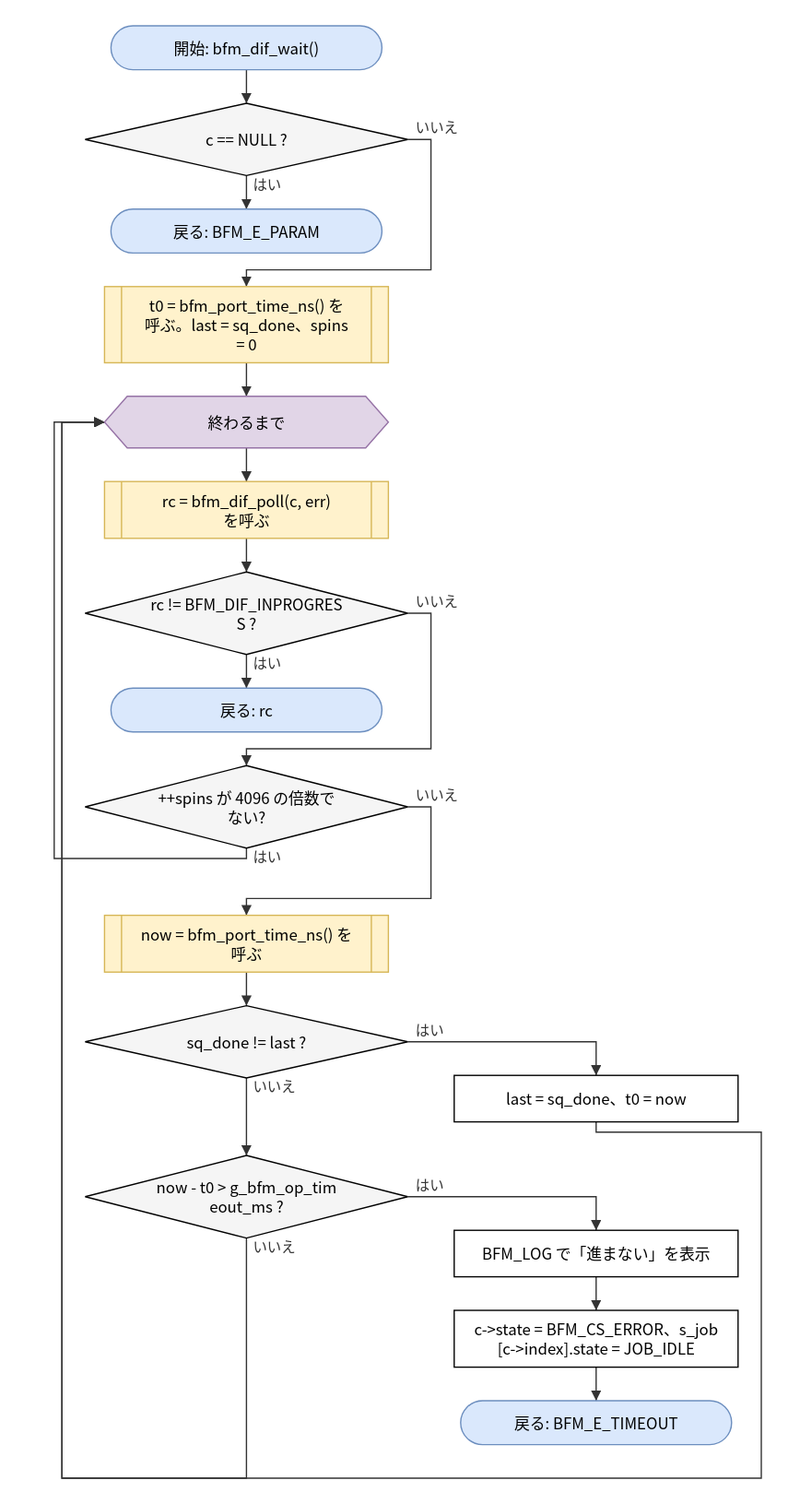
Earlier version of the draw.io export doc/spec/images/flow_src_bfm_dif-bfm_dif_wait.drawio.svg (hf355051012-ai/bfmem). Source tidied: cells renumbered, new cells last; positions are measured from the earlier drawing's top-left corner, leaving out a move shared by most shapes.
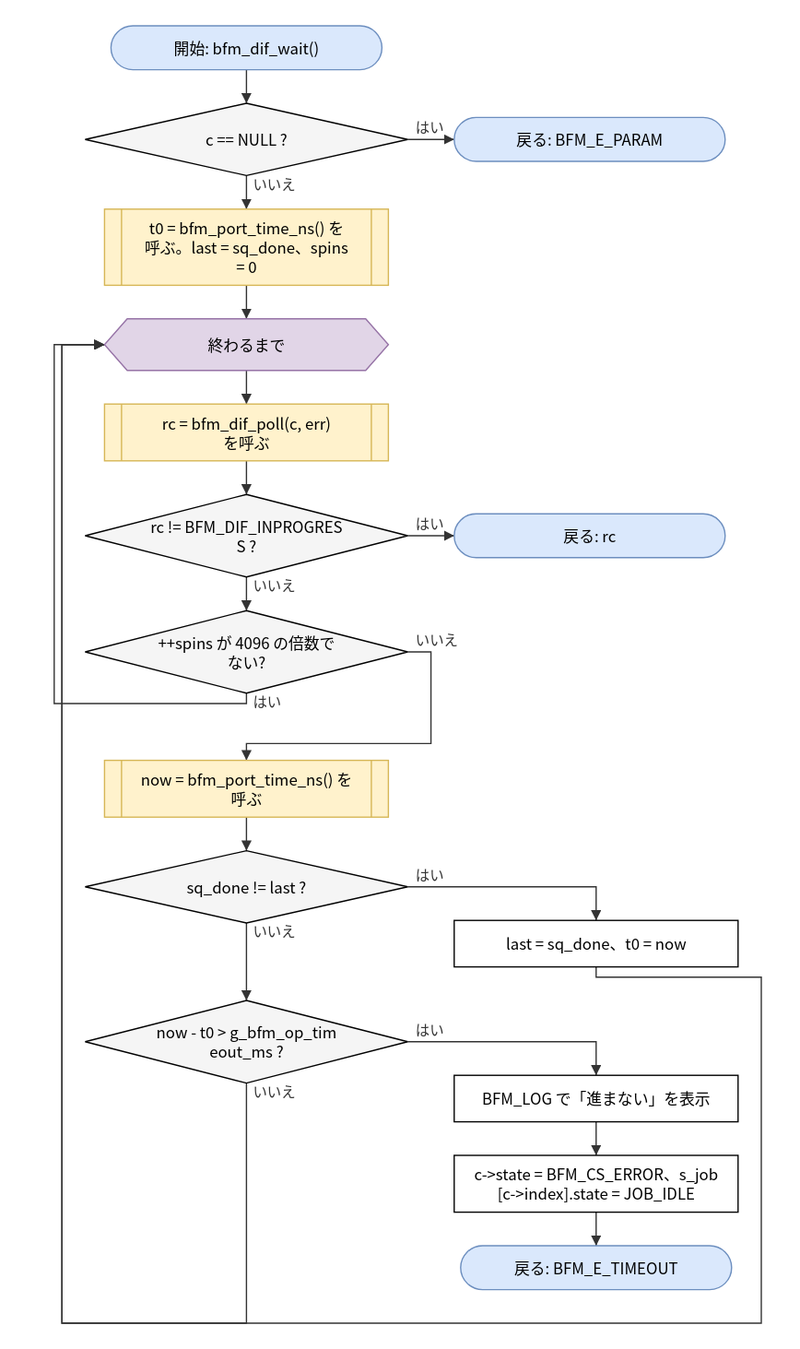
The same file after the commit.

The edit, as a diff of the source:
```diff
@@ -9,61 +9,55 @@
       <mxGeometry x="24" y="60" width="250" height="56" as="geometry" />
     </mxCell>
     <mxCell id="4" value="戻る: BFM_E_PARAM" style="rounded=1;arcSize=50;whiteSpace=wrap;html=1;fillColor=#dae8fc;strokeColor=#6c8ebf;" parent="1" vertex="1">
-      <mxGeometry x="44" y="142" width="210" height="34" as="geometry" />
+      <mxGeometry x="310" y="71" width="210" height="34" as="geometry" />
     </mxCell>
     <mxCell id="5" value="t0 = bfm_port_time_ns() を&lt;br&gt;呼ぶ。last = sq_done、spins&lt;br&gt;= 0" style="shape=process;whiteSpace=wrap;html=1;backgroundOutline=1;size=0.06;fillColor=#fff2cc;strokeColor=#d6b656;" parent="1" vertex="1">
-      <mxGeometry x="39" y="202" width="220" height="59" as="geometry" />
+      <mxGeometry x="39" y="142" width="220" height="59" as="geometry" />
     </mxCell>
     <mxCell id="6" value="終わるまで" style="shape=hexagon;perimeter=hexagonPerimeter2;whiteSpace=wrap;html=1;size=0.08;fillColor=#e1d5e7;strokeColor=#9673a6;" parent="1" vertex="1">
-      <mxGeometry x="39" y="287" width="220" height="40" as="geometry" />
+      <mxGeometry x="39" y="227" width="220" height="40" as="geometry" />
     </mxCell>
     <mxCell id="7" value="rc = bfm_dif_poll(c, err)&lt;br&gt;を呼ぶ" style="shape=process;whiteSpace=wrap;html=1;backgroundOutline=1;size=0.06;fillColor=#fff2cc;strokeColor=#d6b656;" parent="1" vertex="1">
-      <mxGeometry x="39" y="353" width="220" height="44" as="geometry" />
+      <mxGeometry x="39" y="293" width="220" height="44" as="geometry" />
     </mxCell>
     <mxCell id="8" value="rc != BFM_DIF_INPROGRES&lt;br&gt;S ?" style="rhombus;whiteSpace=wrap;html=1;fillColor=#f5f5f5;" parent="1" vertex="1">
-      <mxGeometry x="24" y="423" width="250" height="64" as="geometry" />
+      <mxGeometry x="24" y="363" width="250" height="64" as="geometry" />
     </mxCell>
     <mxCell id="9" value="戻る: rc" style="rounded=1;arcSize=50;whiteSpace=wrap;html=1;fillColor=#dae8fc;strokeColor=#6c8ebf;" parent="1" vertex="1">
-      <mxGeometry x="44" y="513" width="210" height="34" as="geometry" />
+      <mxGeometry x="310" y="378" width="210" height="34" as="geometry" />
     </mxCell>
     <mxCell id="10" value="++spins が 4096 の倍数で&lt;br&gt;ない?" style="rhombus;whiteSpace=wrap;html=1;fillColor=#f5f5f5;" parent="1" vertex="1">
-      <mxGeometry x="24" y="573" width="250" height="64" as="geometry" />
+      <mxGeometry x="24" y="453" width="250" height="64" as="geometry" />
     </mxCell>
     <mxCell id="11" value="now = bfm_port_time_ns() を&lt;br&gt;呼ぶ" style="shape=process;whiteSpace=wrap;html=1;backgroundOutline=1;size=0.06;fillColor=#fff2cc;strokeColor=#d6b656;" parent="1" vertex="1">
-      <mxGeometry x="39" y="689" width="220" height="44" as="geometry" />
+      <mxGeometry x="39" y="569" width="220" height="44" as="geometry" />
     </mxCell>
     <mxCell id="12" value="sq_done != last ?" style="rhombus;whiteSpace=wrap;html=1;fillColor=#f5f5f5;" parent="1" vertex="1">
-      <mxGeometry x="24" y="759" width="250" height="56" as="geometry" />
+      <mxGeometry x="24" y="639" width="250" height="56" as="geometry" />
     </mxCell>
     <mxCell id="13" value="last = sq_done、t0 = now" style="rounded=0;whiteSpace=wrap;html=1;" parent="1" vertex="1">
-      <mxGeometry x="310" y="813" width="220" height="36" as="geometry" />
+      <mxGeometry x="310" y="693" width="220" height="36" as="geometry" />
     </mxCell>
     <mxCell id="14" value="now - t0 &amp;gt; g_bfm_op_tim&lt;br&gt;eout_ms ?" style="rhombus;whiteSpace=wrap;html=1;fillColor=#f5f5f5;" parent="1" vertex="1">
-      <mxGeometry x="24" y="875" width="250" height="64" as="geometry" />
+      <mxGeometry x="24" y="755" width="250" height="64" as="geometry" />
     </mxCell>
     <mxCell id="15" value="BFM_LOG で「進まない」を表示" style="rounded=0;whiteSpace=wrap;html=1;" parent="1" vertex="1">
-      <mxGeometry x="310" y="933" width="220" height="36" as="geometry" />
+      <mxGeometry x="310" y="813" width="220" height="36" as="geometry" />
     </mxCell>
     <mxCell id="16" value="c-&amp;gt;state = BFM_CS_ERROR、s_job&lt;br&gt;[c-&amp;gt;index].state = JOB_IDLE" style="rounded=0;whiteSpace=wrap;html=1;" parent="1" vertex="1">
-      <mxGeometry x="310" y="995" width="220" height="44" as="geometry" />
+      <mxGeometry x="310" y="875" width="220" height="44" as="geometry" />
     </mxCell>
     <mxCell id="17" value="戻る: BFM_E_TIMEOUT" style="rounded=1;arcSize=50;whiteSpace=wrap;html=1;fillColor=#dae8fc;strokeColor=#6c8ebf;" parent="1" vertex="1">
-      <mxGeometry x="315" y="1065" width="210" height="34" as="geometry" />
+      <mxGeometry x="315" y="945" width="210" height="34" as="geometry" />
     </mxCell>
     <mxCell id="18" style="edgeStyle=none;html=1;rounded=0;endArrow=block;endFill=1;exitX=0.5000;exitY=1.0000;exitDx=0;exitDy=0;exitPerimeter=0;entryX=0.5000;entryY=0.0000;entryDx=0;entryDy=0;entryPerimeter=0;" parent="1" edge="1" source="2" target="3">
       <mxGeometry relative="1" as="geometry" />
     </mxCell>
-    <mxCell id="19" value="はい" style="edgeStyle=none;html=1;rounded=0;endArrow=block;endFill=1;exitX=0.5000;exitY=1.0000;exitDx=0;exitDy=0;exitPerimeter=0;entryX=0.5000;entryY=0.0000;entryDx=0;entryDy=0;entryPerimeter=0;" parent="1" edge="1" source="3" target="4">
+    <mxCell id="19" value="はい" style="edgeStyle=none;html=1;rounded=0;endArrow=block;endFill=1;exitX=1.0000;exitY=0.5000;exitDx=0;exitDy=0;exitPerimeter=0;entryX=0.0000;entryY=0.5000;entryDx=0;entryDy=0;entryPerimeter=0;" parent="1" edge="1" source="3" target="4">
       <mxGeometry relative="1" as="geometry" />
     </mxCell>
-    <mxCell id="20" value="いいえ" style="edgeStyle=none;html=1;rounded=0;endArrow=block;endFill=1;exitX=1.0000;exitY=0.5000;exitDx=0;exitDy=0;exitPerimeter=0;entryX=0.5000;entryY=0.0000;entryDx=0;entryDy=0;entryPerimeter=0;" parent="1" edge="1" source="3" target="5">
-      <mxGeometry relative="1" as="geometry">
-        <Array as="points">
-          <mxPoint x="292" y="88" />
-          <mxPoint x="292" y="189" />
-          <mxPoint x="149" y="189" />
-        </Array>
-      </mxGeometry>
+    <mxCell id="20" value="いいえ" style="edgeStyle=none;html=1;rounded=0;endArrow=block;endFill=1;exitX=0.5000;exitY=1.0000;exitDx=0;exitDy=0;exitPerimeter=0;entryX=0.5000;entryY=0.0000;entryDx=0;entryDy=0;entryPerimeter=0;" parent="1" edge="1" source="3" target="5">
+      <mxGeometry relative="1" as="geometry" />
     </mxCell>
     <mxCell id="21" style="edgeStyle=none;html=1;rounded=0;endArrow=block;endFill=1;exitX=0.5000;exitY=1.0000;exitDx=0;exitDy=0;exitPerimeter=0;entryX=0.5000;entryY=0.0000;entryDx=0;entryDy=0;entryPerimeter=0;" parent="1" edge="1" source="5" target="6">
       <mxGeometry relative="1" as="geometry" />
@@ -74,24 +68,18 @@
     <mxCell id="23" style="edgeStyle=none;html=1;rounded=0;endArrow=block;endFill=1;exitX=0.5000;exitY=1.0000;exitDx=0;exitDy=0;exitPerimeter=0;entryX=0.5000;entryY=0.0000;entryDx=0;entryDy=0;entryPerimeter=0;" parent="1" edge="1" source="7" target="8">
       <mxGeometry relative="1" as="geometry" />
     </mxCell>
-    <mxCell id="24" value="はい" style="edgeStyle=none;html=1;rounded=0;endArrow=block;endFill=1;exitX=0.5000;exitY=1.0000;exitDx=0;exitDy=0;exitPerimeter=0;entryX=0.5000;entryY=0.0000;entryDx=0;entryDy=0;entryPerimeter=0;" parent="1" edge="1" source="8" target="9">
+    <mxCell id="24" value="はい" style="edgeStyle=none;html=1;rounded=0;endArrow=block;endFill=1;exitX=1.0000;exitY=0.5000;exitDx=0;exitDy=0;exitPerimeter=0;entryX=0.0000;entryY=0.5000;entryDx=0;entryDy=0;entryPerimeter=0;" parent="1" edge="1" source="8" target="9">
       <mxGeometry relative="1" as="geometry" />
     </mxCell>
-    <mxCell id="25" value="いいえ" style="edgeStyle=none;html=1;rounded=0;endArrow=block;endFill=1;exitX=1.0000;exitY=0.5000;exitDx=0;exitDy=0;exitPerimeter=0;entryX=0.5000;entryY=0.0000;entryDx=0;entryDy=0;entryPerimeter=0;" parent="1" edge="1" source="8" target="10">
-      <mxGeometry relative="1" as="geometry">
-        <Array as="points">
-          <mxPoint x="292" y="455" />
-          <mxPoint x="292" y="560" />
-          <mxPoint x="149" y="560" />
-        </Array>
-      </mxGeometry>
+    <mxCell id="25" value="いいえ" style="edgeStyle=none;html=1;rounded=0;endArrow=block;endFill=1;exitX=0.5000;exitY=1.0000;exitDx=0;exitDy=0;exitPerimeter=0;entryX=0.5000;entryY=0.0000;entryDx=0;entryDy=0;entryPerimeter=0;" parent="1" edge="1" source="8" target="10">
+      <mxGeometry relative="1" as="geometry" />
     </mxCell>
     <mxCell id="26" value="いいえ" style="edgeStyle=none;html=1;rounded=0;endArrow=block;endFill=1;exitX=1.0000;exitY=0.5000;exitDx=0;exitDy=0;exitPerimeter=0;entryX=0.5000;entryY=0.0000;entryDx=0;entryDy=0;entryPerimeter=0;" parent="1" edge="1" source="10" target="11">
       <mxGeometry relative="1" as="geometry">
         <Array as="points">
-          <mxPoint x="292" y="605" />
-          <mxPoint x="292" y="676" />
-          <mxPoint x="149" y="676" />
+          <mxPoint x="292" y="485" />
+          <mxPoint x="292" y="556" />
+          <mxPoint x="149" y="556" />
         </Array>
       </mxGeometry>
     </mxCell>
@@ -101,7 +89,7 @@
     <mxCell id="28" value="はい" style="edgeStyle=none;html=1;rounded=0;endArrow=block;endFill=1;exitX=1.0000;exitY=0.5000;exitDx=0;exitDy=0;exitPerimeter=0;entryX=0.5000;entryY=0.0000;entryDx=0;entryDy=0;entryPerimeter=0;" parent="1" edge="1" source="12" target="13">
       <mxGeometry relative="1" as="geometry">
         <Array as="points">
-          <mxPoint x="420" y="787" />
+          <mxPoint x="420" y="667" />
         </Array>
       </mxGeometry>
     </mxCell>
@@ -111,7 +99,7 @@
     <mxCell id="30" value="はい" style="edgeStyle=none;html=1;rounded=0;endArrow=block;endFill=1;exitX=1.0000;exitY=0.5000;exitDx=0;exitDy=0;exitPerimeter=0;entryX=0.5000;entryY=0.0000;entryDx=0;entryDy=0;entryPerimeter=0;" parent="1" edge="1" source="14" target="15">
       <mxGeometry relative="1" as="geometry">
         <Array as="points">
-          <mxPoint x="420" y="907" />
+          <mxPoint x="420" y="787" />
         </Array>
       </mxGeometry>
     </mxCell>
@@ -124,29 +112,29 @@
     <mxCell id="33" value="いいえ" style="edgeStyle=none;html=1;rounded=0;endArrow=block;endFill=1;exitX=0.5000;exitY=1.0000;exitDx=0;exitDy=0;exitPerimeter=0;entryX=0.0000;entryY=0.5000;entryDx=0;entryDy=0;entryPerimeter=0;" parent="1" edge="1" source="14" target="6">
       <mxGeometry relative="1" as="geometry">
         <Array as="points">
-          <mxPoint x="149" y="1125" />
-          <mxPoint x="6" y="1125" />
-          <mxPoint x="6" y="307" />
+          <mxPoint x="149" y="1005" />
+          <mxPoint x="6" y="1005" />
+          <mxPoint x="6" y="247" />
         </Array>
       </mxGeometry>
     </mxCell>
     <mxCell id="34" style="edgeStyle=none;html=1;rounded=0;endArrow=block;endFill=1;exitX=0.5000;exitY=1.0000;exitDx=0;exitDy=0;exitPerimeter=0;entryX=0.0000;entryY=0.5000;entryDx=0;entryDy=0;entryPerimeter=0;" parent="1" edge="1" source="13" target="6">
       <mxGeometry relative="1" as="geometry">
         <Array as="points">
-          <mxPoint x="420" y="857" />
-          <mxPoint x="548" y="857" />
-          <mxPoint x="548" y="1125" />
-          <mxPoint x="6" y="1125" />
-          <mxPoint x="6" y="307" />
+          <mxPoint x="420" y="737" />
+          <mxPoint x="548" y="737" />
+          <mxPoint x="548" y="1005" />
+          <mxPoint x="6" y="1005" />
+          <mxPoint x="6" y="247" />
         </Array>
       </mxGeometry>
     </mxCell>
     <mxCell id="35" value="はい" style="edgeStyle=none;html=1;rounded=0;endArrow=block;endFill=1;exitX=0.5000;exitY=1.0000;exitDx=0;exitDy=0;exitPerimeter=0;entryX=0.0000;entryY=0.5000;entryDx=0;entryDy=0;entryPerimeter=0;" parent="1" edge="1" source="10" target="6">
       <mxGeometry relative="1" as="geometry">
         <Array as="points">
-          <mxPoint x="149" y="645" />
-          <mxPoint y="645" />
-          <mxPoint y="307" />
+          <mxPoint x="149" y="525" />
+          <mxPoint y="525" />
+          <mxPoint y="247" />
         </Array>
       </mxGeometry>
     </mxCell>
```
